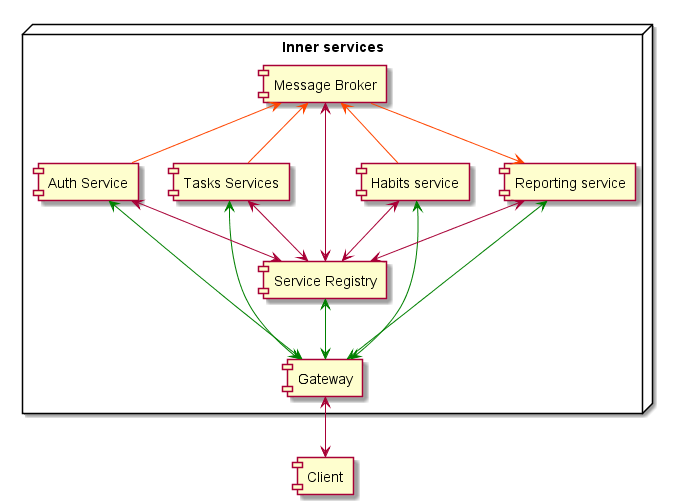
Before: diagrams/out/deployment/Deployment Diagram.png, a diagram exported from PlantUML (miker1423/arch_project). Source of this version:
```plantuml
@startuml Deployment Diagram

component "Client" as client
node "Inner services" {
    component "Auth Service" as auth
    component "Tasks Services" as task
    component "Habits service" as habits
    component "Reporting service" as reporting
    component "Service Registry" as registry
    component "Message Broker" as broker
    component "Gateway" as gateway
}

client <-up-> gateway
registry <-[#green]-> gateway
task <-[#green]-> gateway
auth <-[#green]-> gateway
reporting <-[#green]-> gateway
habits <-[#green]-> gateway

auth <--> registry
habits <--> registry
task <--> registry
reporting <--> registry
broker <--> registry

broker -[#OrangeRed]-> reporting
broker <-[#OrangeRed]- auth
broker <-[#OrangeRed]- task
broker <-[#OrangeRed]- habits

@enduml
```
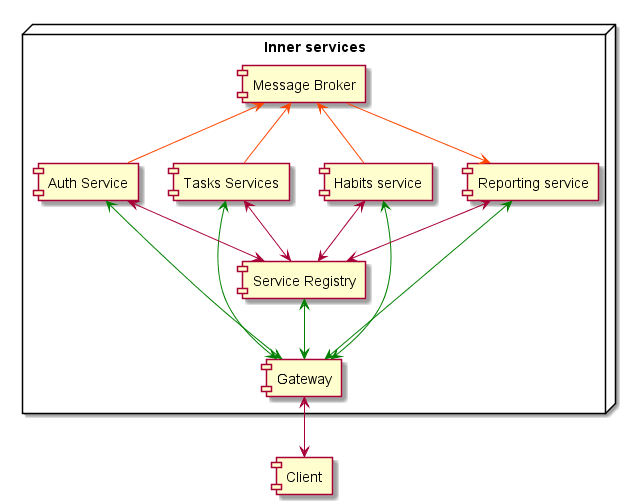
Above is the later version.

Commit message:
removing link between Broker and Service Registry

Diff of the diagram source:
```diff
@@ -22,7 +22,6 @@
 habits <--> registry
 task <--> registry
 reporting <--> registry
-broker <--> registry
 
 broker -[#OrangeRed]-> reporting
 broker <-[#OrangeRed]- auth
```
